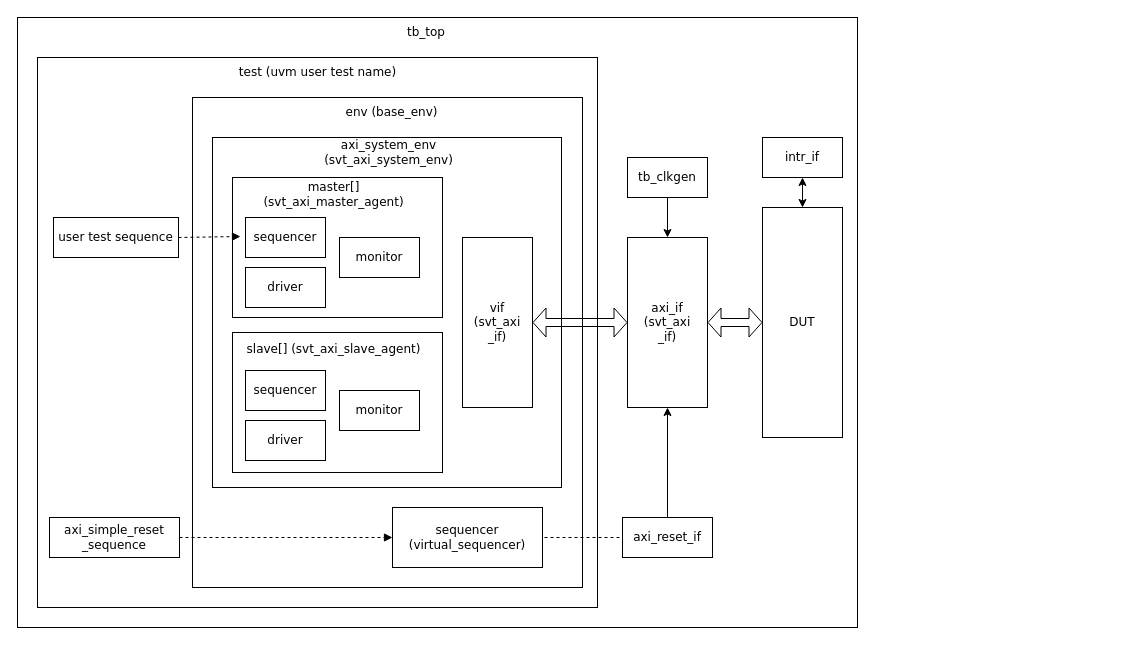
This is testbench0.drawio from jieunjeong21/doc, a draw.io file, before an edit. Source tidied: cells renumbered, new cells numbered last; positions are measured from the earlier drawing's top-left corner, leaving out a move shared by most shapes. Both pictures are drawn from the tidied source at 100%, with x=0, y=0 at pixel (17, 17).
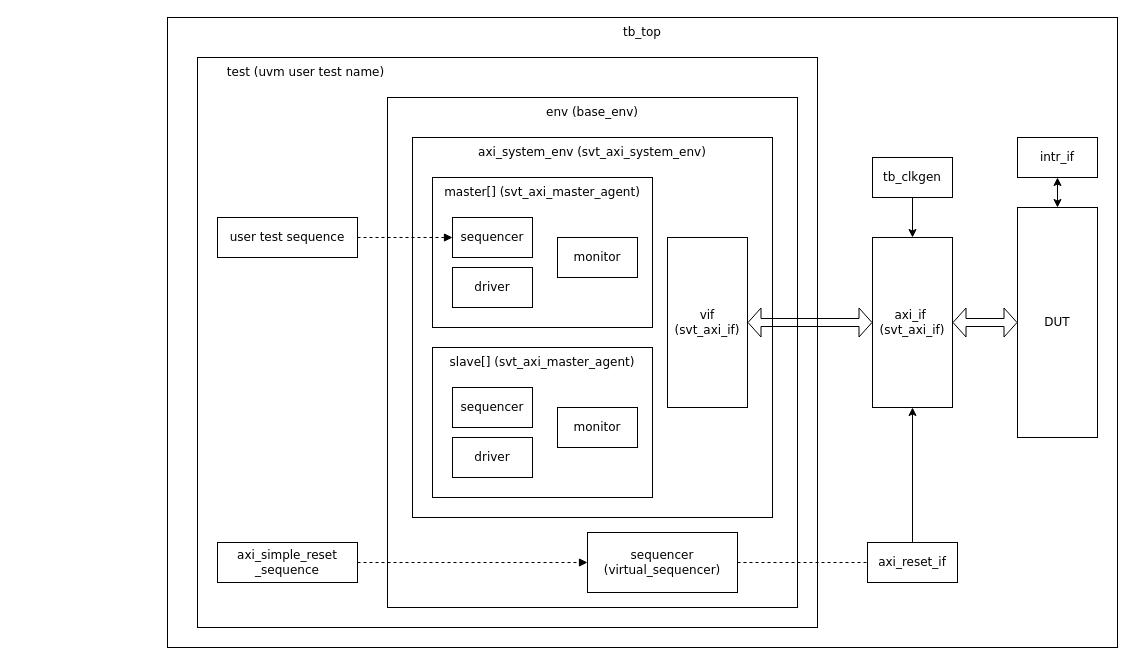
The same page after the edit.

Change to the diagram source:
```diff
@@
     <mxCell id="2" style="rounded=0;whiteSpace=wrap;html=1;fontFamily=Verdana;fontStyle=0;" parent="1" vertex="1">
-      <mxGeometry width="840" height="610" as="geometry" />
+      <mxGeometry x="150" width="950" height="630" as="geometry" />
     </mxCell>
     <mxCell id="3" value="tb_top" style="text;html=1;align=center;verticalAlign=middle;whiteSpace=wrap;rounded=0;fontFamily=Verdana;fontStyle=0;" parent="1" vertex="1">
-      <mxGeometry x="354" width="110" height="30" as="geometry" />
+      <mxGeometry x="570" width="110" height="30" as="geometry" />
     </mxCell>
     <mxCell id="4" value="DUT" style="rounded=0;whiteSpace=wrap;html=1;fontFamily=Verdana;fontStyle=0;" parent="1" vertex="1">
-      <mxGeometry x="745" y="190" width="80" height="230" as="geometry" />
+      <mxGeometry x="1000" y="190" width="80" height="230" as="geometry" />
     </mxCell>
     <mxCell id="5" style="rounded=0;whiteSpace=wrap;html=1;fontFamily=Verdana;fontStyle=0;" parent="1" vertex="1">
-      <mxGeometry x="20" y="40" width="560" height="550" as="geometry" />
+      <mxGeometry x="180" y="40" width="620" height="570" as="geometry" />
     </mxCell>
     <mxCell id="6" value="test (uvm user test name)" style="text;html=1;align=center;verticalAlign=middle;whiteSpace=wrap;rounded=0;fontFamily=Verdana;fontStyle=0;" parent="1" vertex="1">
-      <mxGeometry x="201.8" y="40" width="196.5" height="30" as="geometry" />
+      <mxGeometry x="190" y="40" width="196.5" height="30" as="geometry" />
     </mxCell>
     <mxCell id="7" style="rounded=0;whiteSpace=wrap;html=1;fontFamily=Verdana;fontStyle=0;" parent="1" vertex="1">
-      <mxGeometry x="175" y="80" width="390" height="490" as="geometry" />
+      <mxGeometry x="370" y="80" width="410" height="510" as="geometry" />
     </mxCell>
     <mxCell id="8" value="env (base_env)" style="text;html=1;align=center;verticalAlign=middle;whiteSpace=wrap;rounded=0;fontFamily=Verdana;fontStyle=0;" parent="1" vertex="1">
-      <mxGeometry x="314" y="80" width="121" height="30" as="geometry" />
+      <mxGeometry x="370" y="80" width="410" height="30" as="geometry" />
     </mxCell>
     <mxCell id="9" style="rounded=0;whiteSpace=wrap;html=1;fontFamily=Verdana;fontStyle=0;" parent="1" vertex="1">
-      <mxGeometry x="195" y="120" width="349" height="350" as="geometry" />
+      <mxGeometry x="395" y="120" width="360" height="380" as="geometry" />
     </mxCell>
     <mxCell id="10" value="axi_system_env (svt_axi_system_env)" style="text;html=1;align=center;verticalAlign=middle;whiteSpace=wrap;rounded=0;fontFamily=Verdana;fontStyle=0;" parent="1" vertex="1">
-      <mxGeometry x="261" y="120" width="221" height="30" as="geometry" />
+      <mxGeometry x="400" y="120" width="350" height="30" as="geometry" />
     </mxCell>
-    <mxCell id="11" style="shape=flexArrow;endArrow=classic;startArrow=classic;html=1;rounded=0;endSize=4;strokeWidth=1;entryX=0;entryY=0.5;entryDx=0;entryDy=0;exitX=1;exitY=0.5;exitDx=0;exitDy=0;width=8;startSize=4;fontFamily=Verdana;fontStyle=0;" parent="1" edge="1" source="14" target="13">
-      <mxGeometry relative="1" as="geometry" />
-    </mxCell>
     <mxCell id="12" style="rounded=0;whiteSpace=wrap;html=1;fontFamily=Verdana;fontStyle=0;" parent="1" vertex="1">
-      <mxGeometry x="215" y="160" width="210" height="140" as="geometry" />
+      <mxGeometry x="415" y="160" width="220" height="150" as="geometry" />
     </mxCell>
-    <mxCell id="13" value="axi_if (svt_axi&lt;div&gt;_if)&lt;/div&gt;" style="rounded=0;whiteSpace=wrap;html=1;fontFamily=Verdana;fontStyle=0;" parent="1" vertex="1">
-      <mxGeometry x="610" y="220" width="80" height="170" as="geometry" />
+    <mxCell id="13" value="axi_if&amp;nbsp;&lt;div&gt;(svt_axi_if)&lt;/div&gt;" style="rounded=0;whiteSpace=wrap;html=1;fontFamily=Verdana;fontStyle=0;" parent="1" vertex="1">
+      <mxGeometry x="855" y="220" width="80" height="170" as="geometry" />
     </mxCell>
-    <mxCell id="14" value="vif&lt;div&gt;(svt_axi&lt;/div&gt;&lt;div&gt;_if)&lt;/div&gt;" style="rounded=0;whiteSpace=wrap;html=1;fontFamily=Verdana;fontStyle=0;" parent="1" vertex="1">
-      <mxGeometry x="445" y="220" width="70" height="170" as="geometry" />
+    <mxCell id="14" value="vif&lt;div&gt;(svt_axi_if)&lt;/div&gt;" style="rounded=0;whiteSpace=wrap;html=1;fontFamily=Verdana;fontStyle=0;" parent="1" vertex="1">
+      <mxGeometry x="650" y="220" width="80" height="170" as="geometry" />
     </mxCell>
     <mxCell id="15" value="master[] (svt_axi_master_agent)" style="text;html=1;align=center;verticalAlign=middle;whiteSpace=wrap;rounded=0;fontFamily=Verdana;fontStyle=0;" parent="1" vertex="1">
-      <mxGeometry x="228" y="162" width="177" height="30" as="geometry" />
+      <mxGeometry x="415" y="160" width="220" height="30" as="geometry" />
     </mxCell>
     <mxCell id="16" value="sequencer" style="rounded=0;whiteSpace=wrap;html=1;fontFamily=Verdana;fontStyle=0;" parent="1" vertex="1">
-      <mxGeometry x="228" y="200" width="80" height="40" as="geometry" />
+      <mxGeometry x="435" y="200" width="80" height="40" as="geometry" />
     </mxCell>
     <mxCell id="17" value="driver" style="rounded=0;whiteSpace=wrap;html=1;fontFamily=Verdana;fontStyle=0;" parent="1" vertex="1">
-      <mxGeometry x="228" y="250" width="80" height="40" as="geometry" />
+      <mxGeometry x="435" y="250" width="80" height="40" as="geometry" />
     </mxCell>
     <mxCell id="18" value="monitor" style="rounded=0;whiteSpace=wrap;html=1;fontFamily=Verdana;fontStyle=0;" parent="1" vertex="1">
-      <mxGeometry x="322" y="220" width="80" height="40" as="geometry" />
+      <mxGeometry x="540" y="220" width="80" height="40" as="geometry" />
     </mxCell>
-    <mxCell id="19" style="rounded=0;whiteSpace=wrap;html=1;fontFamily=Verdana;fontStyle=0;" parent="1" vertex="1">
-      <mxGeometry x="215" y="315" width="210" height="140" as="geometry" />
-    </mxCell>
-    <mxCell id="20" value="slave[] (svt_axi_slave_agent)" style="text;html=1;align=center;verticalAlign=middle;whiteSpace=wrap;rounded=0;fontFamily=Verdana;fontStyle=0;" parent="1" vertex="1">
-      <mxGeometry x="228" y="317" width="177" height="30" as="geometry" />
-    </mxCell>
-    <mxCell id="21" value="sequencer" style="rounded=0;whiteSpace=wrap;html=1;fontFamily=Verdana;fontStyle=0;" parent="1" vertex="1">
-      <mxGeometry x="228" y="353" width="80" height="40" as="geometry" />
-    </mxCell>
-    <mxCell id="22" value="driver" style="rounded=0;whiteSpace=wrap;html=1;fontFamily=Verdana;fontStyle=0;" parent="1" vertex="1">
-      <mxGeometry x="228" y="403" width="80" height="40" as="geometry" />
-    </mxCell>
-    <mxCell id="23" value="monitor" style="rounded=0;whiteSpace=wrap;html=1;fontFamily=Verdana;fontStyle=0;" parent="1" vertex="1">
-      <mxGeometry x="322" y="373" width="80" height="40" as="geometry" />
-    </mxCell>
-    <mxCell id="24" style="shape=flexArrow;endArrow=classic;startArrow=classic;html=1;rounded=0;endSize=4;strokeWidth=1;exitX=1;exitY=0.5;exitDx=0;exitDy=0;width=8;startSize=4;fontFamily=Verdana;fontStyle=0;entryX=0;entryY=0.5;entryDx=0;entryDy=0;" parent="1" edge="1" source="13" target="4">
-      <mxGeometry relative="1" as="geometry" />
-    </mxCell>
     <mxCell id="25" value="tb_clkgen" style="rounded=0;whiteSpace=wrap;html=1;fontFamily=Verdana;fontStyle=0;" parent="1" vertex="1">
-      <mxGeometry x="610" y="140" width="80" height="40" as="geometry" />
+      <mxGeometry x="855" y="140" width="80" height="40" as="geometry" />
     </mxCell>
@@
     <mxCell id="27" value="axi_reset_if" style="rounded=0;whiteSpace=wrap;html=1;fontFamily=Verdana;fontStyle=0;" parent="1" vertex="1">
-      <mxGeometry x="605" y="500" width="90" height="40" as="geometry" />
+      <mxGeometry x="850" y="525" width="90" height="40" as="geometry" />
     </mxCell>
@@
     <mxCell id="29" value="intr_if" style="rounded=0;whiteSpace=wrap;html=1;fontFamily=Verdana;fontStyle=0;" parent="1" vertex="1">
-      <mxGeometry x="745" y="120" width="80" height="40" as="geometry" />
+      <mxGeometry x="1000" y="120" width="80" height="40" as="geometry" />
     </mxCell>
@@
     <mxCell id="31" value="sequencer (virtual_sequencer)" style="rounded=0;whiteSpace=wrap;html=1;fontFamily=Verdana;fontStyle=0;" parent="1" vertex="1">
-      <mxGeometry x="375" y="490" width="150" height="60" as="geometry" />
+      <mxGeometry x="570" y="515" width="150" height="60" as="geometry" />
     </mxCell>
     <mxCell id="32" value="axi_simple_reset&lt;div&gt;_sequence&lt;/div&gt;" style="rounded=0;whiteSpace=wrap;html=1;fontFamily=Verdana;fontStyle=0;" parent="1" vertex="1">
-      <mxGeometry x="32" y="500" width="130" height="40" as="geometry" />
+      <mxGeometry x="200" y="525" width="140" height="40" as="geometry" />
     </mxCell>
-    <mxCell id="33" style="endArrow=none;dashed=1;html=1;rounded=0;entryX=0;entryY=0.5;entryDx=0;entryDy=0;fontFamily=Verdana;fontStyle=0;" parent="1" edge="1" target="27">
-      <mxGeometry relative="1" as="geometry">
-        <mxPoint x="527" y="520" as="sourcePoint" />
-      </mxGeometry>
+    <mxCell id="33" style="endArrow=none;dashed=1;html=1;rounded=0;entryX=0;entryY=0.5;entryDx=0;entryDy=0;fontFamily=Verdana;fontStyle=0;exitX=1;exitY=0.5;exitDx=0;exitDy=0;" parent="1" edge="1" source="31" target="27">
+      <mxGeometry relative="1" as="geometry" />
     </mxCell>
@@
     <mxCell id="35" value="user test sequence" style="rounded=0;whiteSpace=wrap;html=1;fontFamily=Verdana;fontStyle=0;" parent="1" vertex="1">
-      <mxGeometry x="36" y="200" width="125" height="40" as="geometry" />
+      <mxGeometry x="200" y="200" width="140" height="40" as="geometry" />
     </mxCell>
-    <mxCell id="36" style="endArrow=block;dashed=1;html=1;rounded=0;entryX=0;entryY=0.5;entryDx=0;entryDy=0;startArrow=none;startFill=0;endFill=1;exitX=1;exitY=0.5;exitDx=0;exitDy=0;fontFamily=Verdana;fontStyle=0;" parent="1" edge="1" source="35">
-      <mxGeometry relative="1" as="geometry">
-        <mxPoint x="223" y="219" as="targetPoint" />
-      </mxGeometry>
+    <mxCell id="36" style="endArrow=block;dashed=1;html=1;rounded=0;entryX=0;entryY=0.5;entryDx=0;entryDy=0;startArrow=none;startFill=0;endFill=1;exitX=1;exitY=0.5;exitDx=0;exitDy=0;fontFamily=Verdana;fontStyle=0;" parent="1" edge="1" source="35" target="16">
+      <mxGeometry relative="1" as="geometry" />
     </mxCell>
+    <mxCell id="37" style="rounded=0;whiteSpace=wrap;html=1;fontFamily=Verdana;fontStyle=0;" parent="1" vertex="1">
+      <mxGeometry x="415" y="330" width="220" height="150" as="geometry" />
+    </mxCell>
+    <mxCell id="21" value="sequencer" style="rounded=0;whiteSpace=wrap;html=1;fontFamily=Verdana;fontStyle=0;" parent="1" vertex="1">
+      <mxGeometry x="435" y="370" width="80" height="40" as="geometry" />
+    </mxCell>
+    <mxCell id="22" value="driver" style="rounded=0;whiteSpace=wrap;html=1;fontFamily=Verdana;fontStyle=0;" parent="1" vertex="1">
+      <mxGeometry x="435" y="420" width="80" height="40" as="geometry" />
+    </mxCell>
+    <mxCell id="23" value="monitor" style="rounded=0;whiteSpace=wrap;html=1;fontFamily=Verdana;fontStyle=0;" parent="1" vertex="1">
+      <mxGeometry x="540" y="390" width="80" height="40" as="geometry" />
+    </mxCell>
+    <mxCell id="11" style="shape=flexArrow;endArrow=classic;startArrow=classic;html=1;rounded=0;endSize=4;strokeWidth=1;entryX=0;entryY=0.5;entryDx=0;entryDy=0;exitX=1;exitY=0.5;exitDx=0;exitDy=0;width=8;startSize=4;fontFamily=Verdana;fontStyle=0;" parent="1" edge="1" source="14" target="13">
+      <mxGeometry relative="1" as="geometry" />
+    </mxCell>
+    <mxCell id="24" style="shape=flexArrow;endArrow=classic;startArrow=classic;html=1;rounded=0;endSize=4;strokeWidth=1;exitX=1;exitY=0.5;exitDx=0;exitDy=0;width=8;startSize=4;fontFamily=Verdana;fontStyle=0;entryX=0;entryY=0.5;entryDx=0;entryDy=0;" parent="1" edge="1" source="13" target="4">
+      <mxGeometry relative="1" as="geometry" />
+    </mxCell>
+    <mxCell id="38" value="slave[] (svt_axi_master_agent)" style="text;html=1;align=center;verticalAlign=middle;whiteSpace=wrap;rounded=0;fontFamily=Verdana;fontStyle=0;" parent="1" vertex="1">
+      <mxGeometry x="415" y="330" width="220" height="30" as="geometry" />
+    </mxCell>
```
